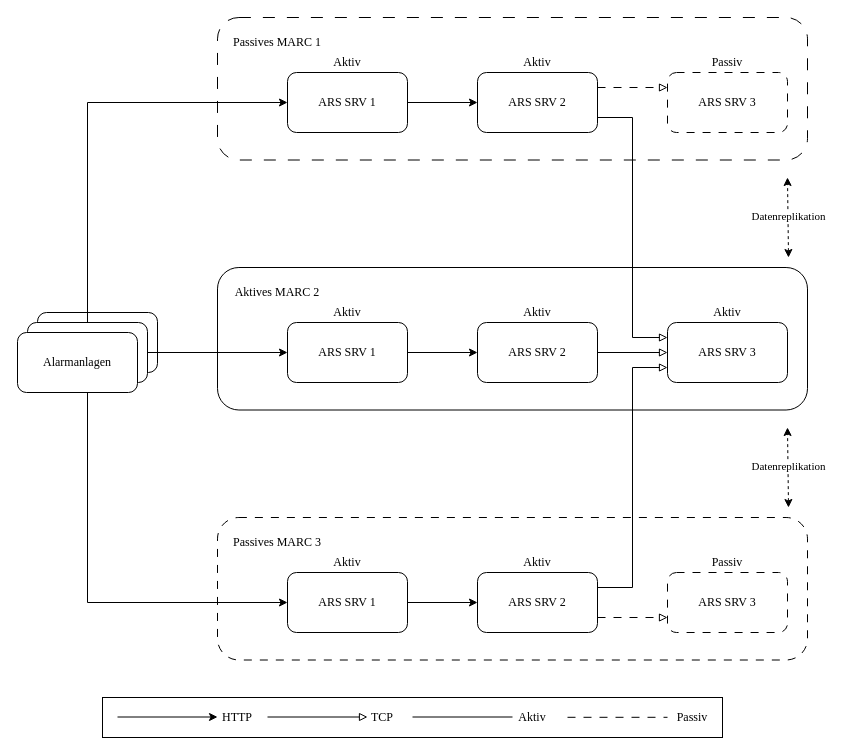
Before: drawio/marc.drawio in JadKHaddad/MT, a draw.io diagram. Source tidied: cells renumbered, new cells numbered last; positions are measured from the earlier drawing's top-left corner, leaving out a move shared by most shapes. Both pictures are drawn from the tidied source at 100%, with x=0, y=0 at pixel (17, 17).
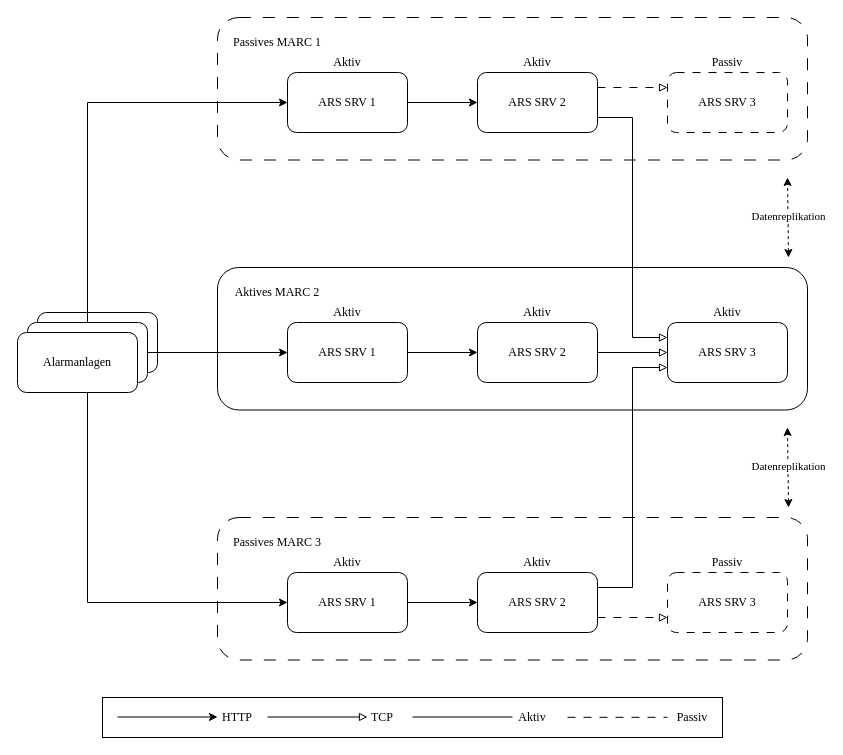
Above is the later version.

Diff of the diagram source:
```diff
@@
-    <mxCell id="19" style="rounded=1;whiteSpace=wrap;html=1;labelPosition=center;verticalLabelPosition=middle;align=center;verticalAlign=middle;fillColor=none;dashed=1;dashPattern=8 8;fontFamily=Times New Roman;" parent="1" vertex="1">
+    <mxCell id="19" style="rounded=1;whiteSpace=wrap;html=1;labelPosition=center;verticalLabelPosition=middle;align=center;verticalAlign=middle;fillColor=none;dashed=1;dashPattern=12 12;fontFamily=Times New Roman;" parent="1" vertex="1">
       <mxGeometry x="200" y="500" width="590" height="142.5" as="geometry" />
     </mxCell>
```
